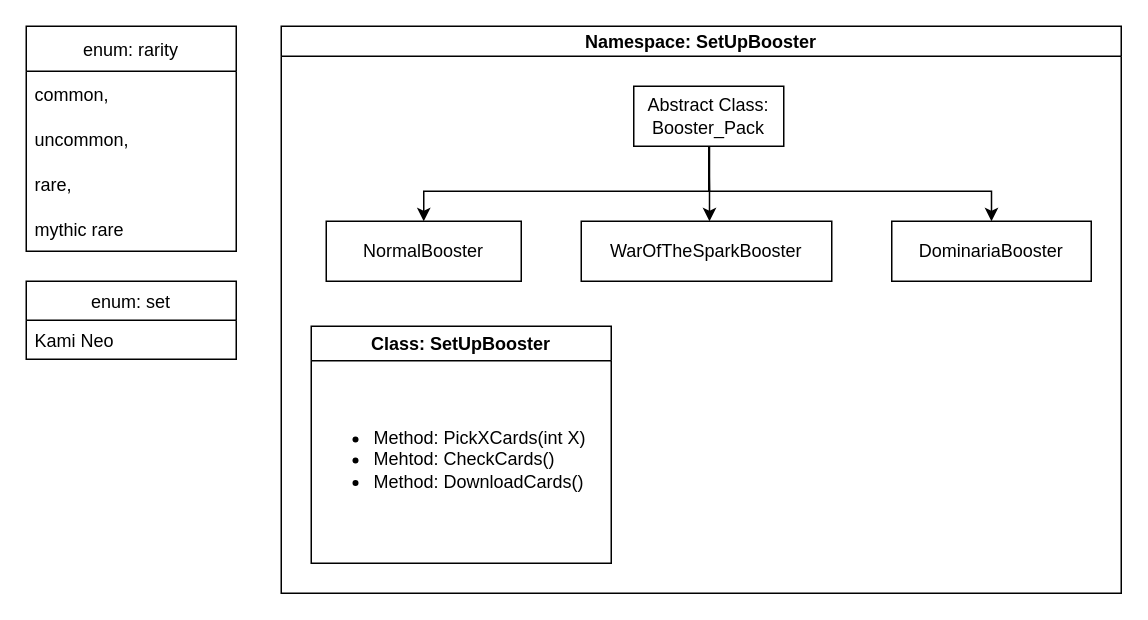
Above: flowChart.drawio in BensonB12/Final-Project-2022 (draw.io), before the change. Source tidied: cells renumbered, new cells numbered last; positions are measured from the earlier drawing's top-left corner, leaving out a move shared by most shapes. Both pictures are drawn from the tidied source at 150%, with x=0, y=0 at pixel (26, 26).
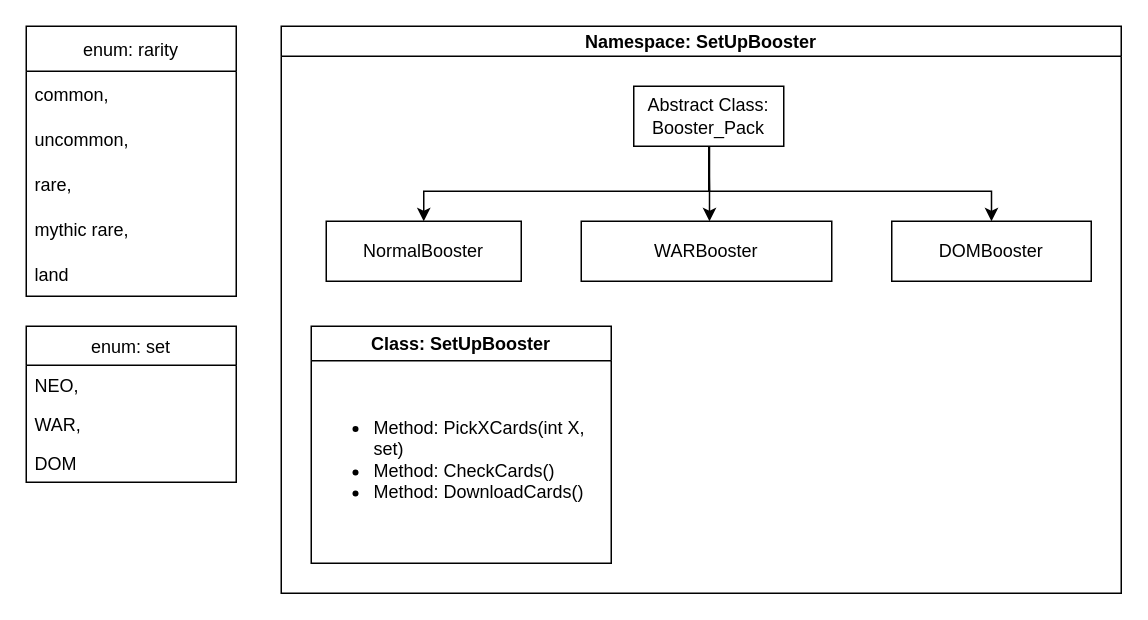
The same page after the edit.

Unchanged cells that the change refers to:
```xml
<mxCell id="7" value="Namespace: SetUpBooster" style="swimlane;startSize=20;horizontal=1;horizontalTree=0;containerType=tree;" parent="1" vertex="1">
  <mxGeometry x="170" width="560" height="378" as="geometry" />
</mxCell>
<mxCell id="15" value="Class: SetUpBooster" style="swimlane;" parent="7" vertex="1">
  <mxGeometry x="20" y="200" width="200" height="158" as="geometry" />
</mxCell>
```

What changed in the source:
```diff
@@
     <mxCell id="2" value="enum: rarity" style="swimlane;fontStyle=0;horizontal=1;startSize=30;" parent="1" vertex="1">
-      <mxGeometry width="140" height="150" as="geometry" />
+      <mxGeometry width="140" height="180" as="geometry" />
     </mxCell>
@@
-    <mxCell id="6" value="mythic rare" style="text;strokeColor=none;fillColor=none;align=left;verticalAlign=middle;spacingLeft=4;spacingRight=4;overflow=hidden;" parent="2" vertex="1">
+    <mxCell id="6" value="mythic rare," style="text;strokeColor=none;fillColor=none;align=left;verticalAlign=middle;spacingLeft=4;spacingRight=4;overflow=hidden;" parent="2" vertex="1">
       <mxGeometry y="120" width="140" height="30" as="geometry" />
     </mxCell>
+    <mxCell id="19" value="land" style="text;strokeColor=none;fillColor=none;align=left;verticalAlign=middle;spacingLeft=4;spacingRight=4;overflow=hidden;" parent="2" vertex="1">
+      <mxGeometry y="150" width="140" height="30" as="geometry" />
+    </mxCell>
@@
-    <mxCell id="11" value="WarOfTheSparkBooster" style="whiteSpace=wrap;html=1;" parent="7" vertex="1">
+    <mxCell id="11" value="WARBooster" style="whiteSpace=wrap;html=1;" parent="7" vertex="1">
       <mxGeometry x="200" y="130" width="167" height="40" as="geometry" />
     </mxCell>
@@
-    <mxCell id="14" value="DominariaBooster" style="whiteSpace=wrap;html=1;" parent="7" vertex="1">
+    <mxCell id="14" value="DOMBooster" style="whiteSpace=wrap;html=1;" parent="7" vertex="1">
       <mxGeometry x="407" y="130" width="133" height="40" as="geometry" />
     </mxCell>
@@
-    <mxCell id="16" value="&lt;ul&gt;&lt;li&gt;Method: PickXCards(int X)&lt;/li&gt;&lt;li&gt;Mehtod: CheckCards()&lt;/li&gt;&lt;li&gt;Method: DownloadCards()&lt;/li&gt;&lt;/ul&gt;" style="text;strokeColor=none;fillColor=none;html=1;whiteSpace=wrap;verticalAlign=middle;overflow=hidden;" parent="15" vertex="1">
+    <mxCell id="16" value="&lt;ul&gt;&lt;li&gt;Method: PickXCards(int X, set)&lt;/li&gt;&lt;li&gt;Method: CheckCards()&lt;/li&gt;&lt;li&gt;Method: DownloadCards()&lt;/li&gt;&lt;/ul&gt;" style="text;strokeColor=none;fillColor=none;html=1;whiteSpace=wrap;verticalAlign=middle;overflow=hidden;" parent="15" vertex="1">
       <mxGeometry y="20" width="200" height="138" as="geometry" />
     </mxCell>
     <mxCell id="17" value="enum: set" style="swimlane;fontStyle=0;horizontal=1;startSize=26;fillColor=none;" parent="1" vertex="1">
-      <mxGeometry y="170" width="140" height="52" as="geometry" />
+      <mxGeometry y="200" width="140" height="104" as="geometry" />
     </mxCell>
-    <mxCell id="18" value="Kami Neo" style="text;strokeColor=none;fillColor=none;align=left;verticalAlign=top;spacingLeft=4;spacingRight=4;overflow=hidden;" parent="17" vertex="1">
+    <mxCell id="18" value="NEO," style="text;strokeColor=none;fillColor=none;align=left;verticalAlign=top;spacingLeft=4;spacingRight=4;overflow=hidden;" parent="17" vertex="1">
       <mxGeometry y="26" width="140" height="26" as="geometry" />
     </mxCell>
+    <mxCell id="20" value="WAR," style="text;strokeColor=none;fillColor=none;align=left;verticalAlign=top;spacingLeft=4;spacingRight=4;overflow=hidden;" parent="17" vertex="1">
+      <mxGeometry y="52" width="140" height="26" as="geometry" />
+    </mxCell>
+    <mxCell id="21" value="DOM" style="text;strokeColor=none;fillColor=none;align=left;verticalAlign=top;spacingLeft=4;spacingRight=4;overflow=hidden;" parent="17" vertex="1">
+      <mxGeometry y="78" width="140" height="26" as="geometry" />
+    </mxCell>
```
